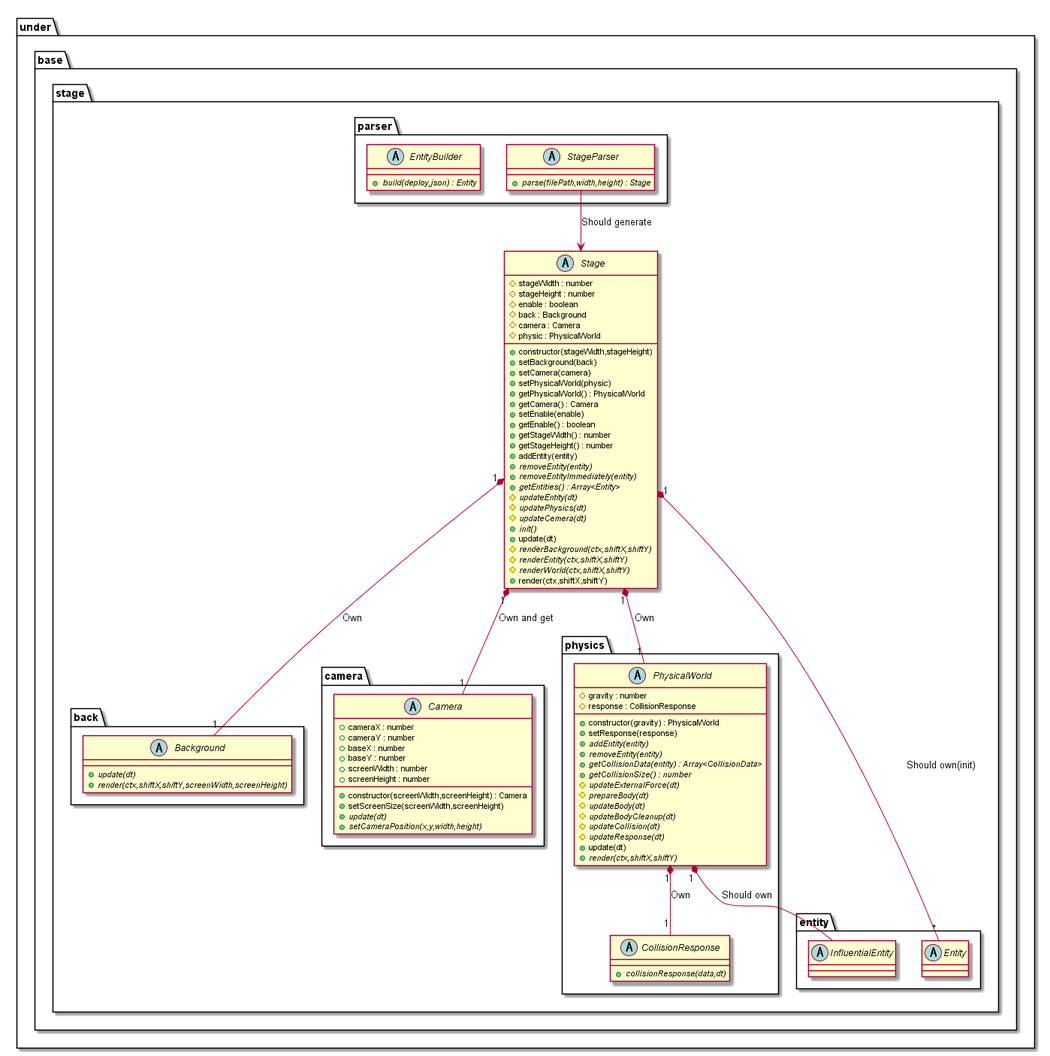
This is out/uml/stage/Base/StageBase.png from Expine/Under, a PlantUML export, as it was before one commit.
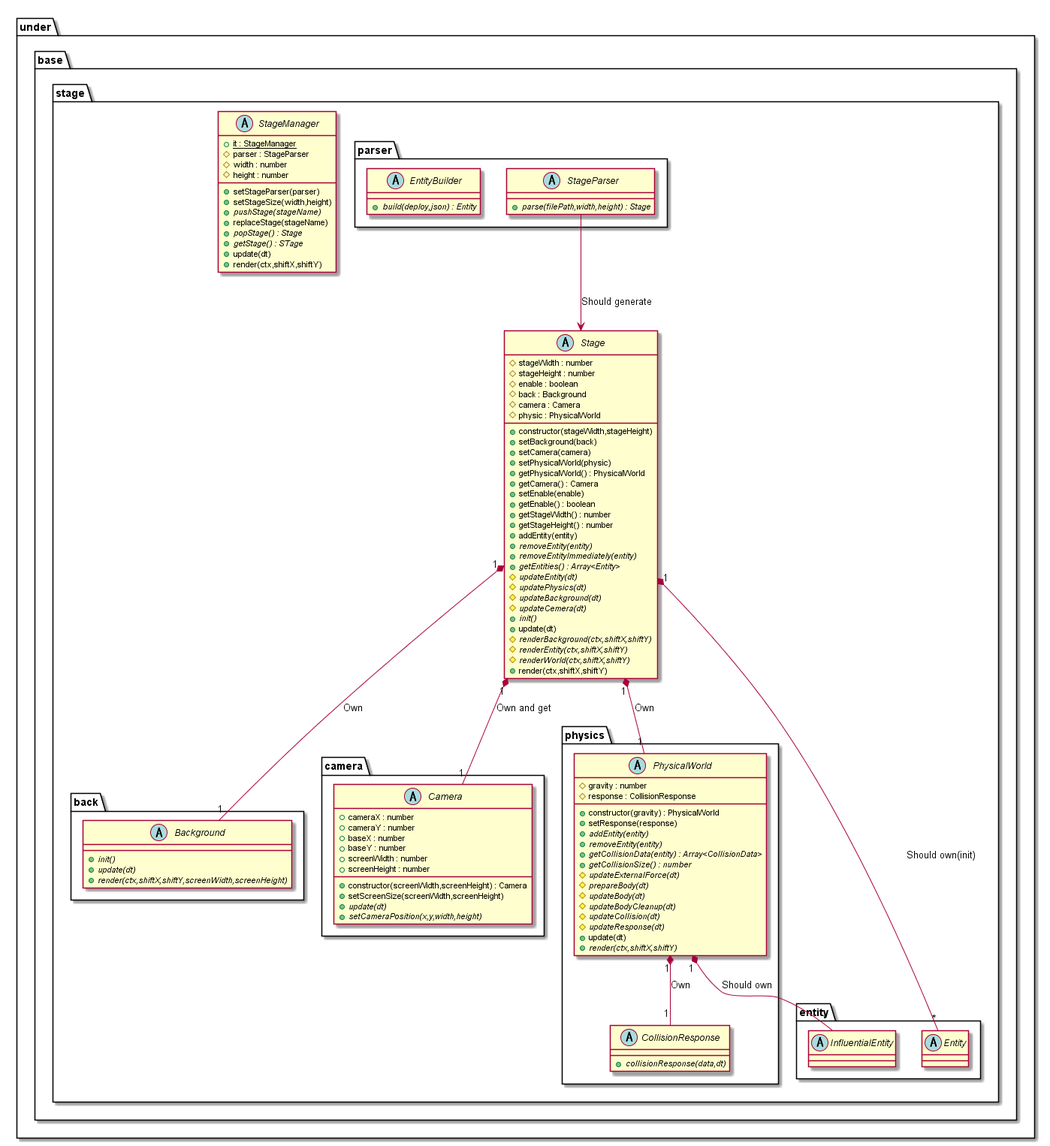
After the commit.

Diff of the diagram source:
```diff
@@ -3,6 +3,20 @@
 package under {
     package base {
         package stage {
+            abstract StageManager {
+                {static} +it : StageManager
+                #parser : StageParser
+                #width : number
+                #height : number
+                +setStageParser(parser)
+                +setStageSize(width,height)
+                {abstract} +pushStage(stageName)
+                +replaceStage(stageName)
+                {abstract} +popStage() : Stage
+                {abstract} +getStage() : STage
+                +update(dt)
+                +render(ctx,shiftX,shiftY)
+            }
             abstract Stage {
                 +constructor(stageWidth,stageHeight)
                 #stageWidth : number
@@ -26,6 +40,7 @@
                 {abstract} +getEntities() : Array<Entity>
                 {abstract} #updateEntity(dt)
                 {abstract} #updatePhysics(dt)
+                {abstract} #updateBackground(dt)
                 {abstract} #updateCemera(dt)
                 {abstract} +init()
                 +update(dt)
@@ -44,6 +59,7 @@
             }
             package back {
                 abstract Background {
+                    {abstract} +init()
                     {abstract} +update(dt)
                     {abstract} +render(ctx,shiftX,shiftY,screenWidth,screenHeight)
                 }
```
